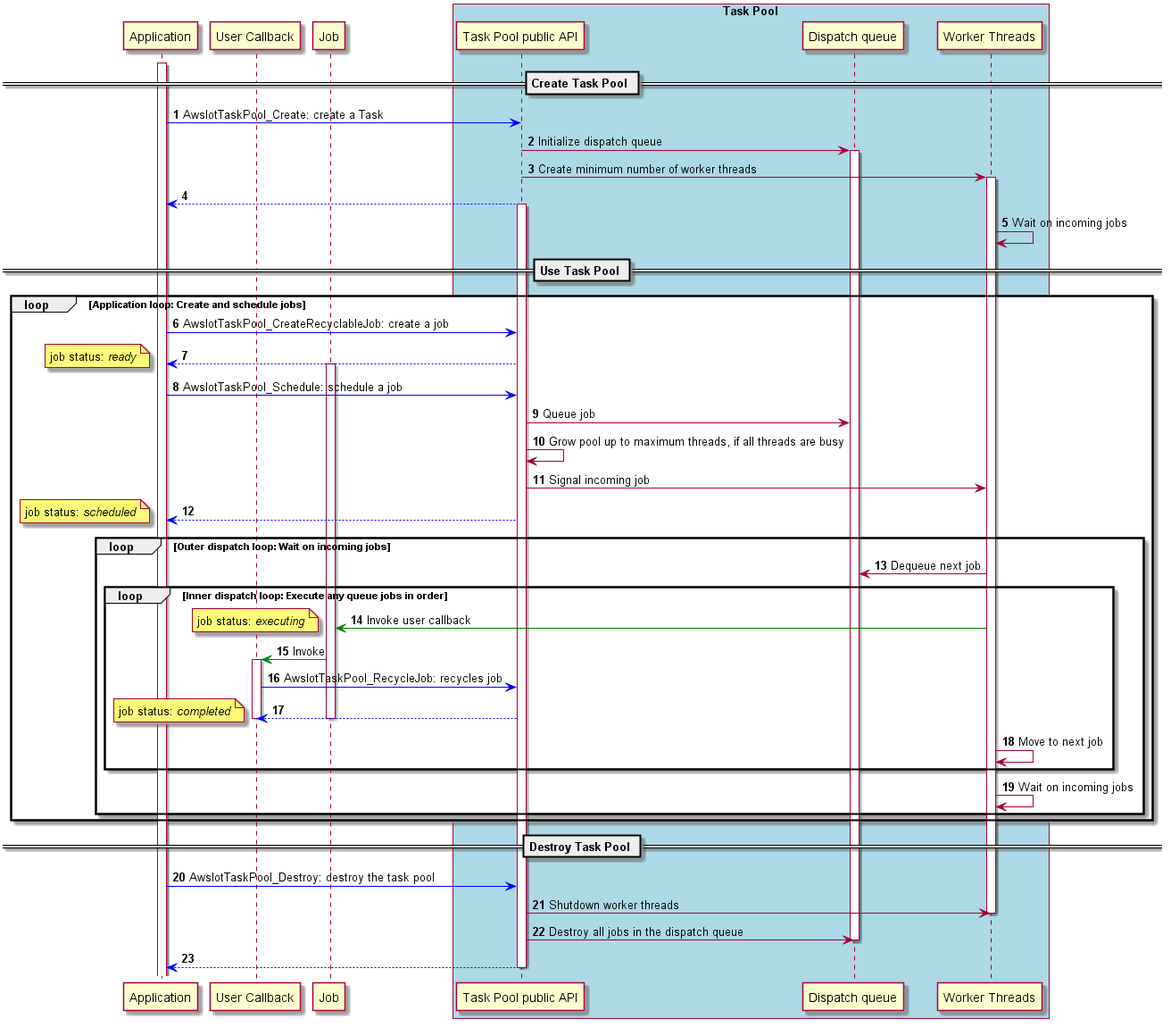
This is doc/plantuml/images/taskpool_design_typicaloperation.png from aws/aws-iot-device-sdk-embedded-C, a PlantUML export, as it was before one commit.
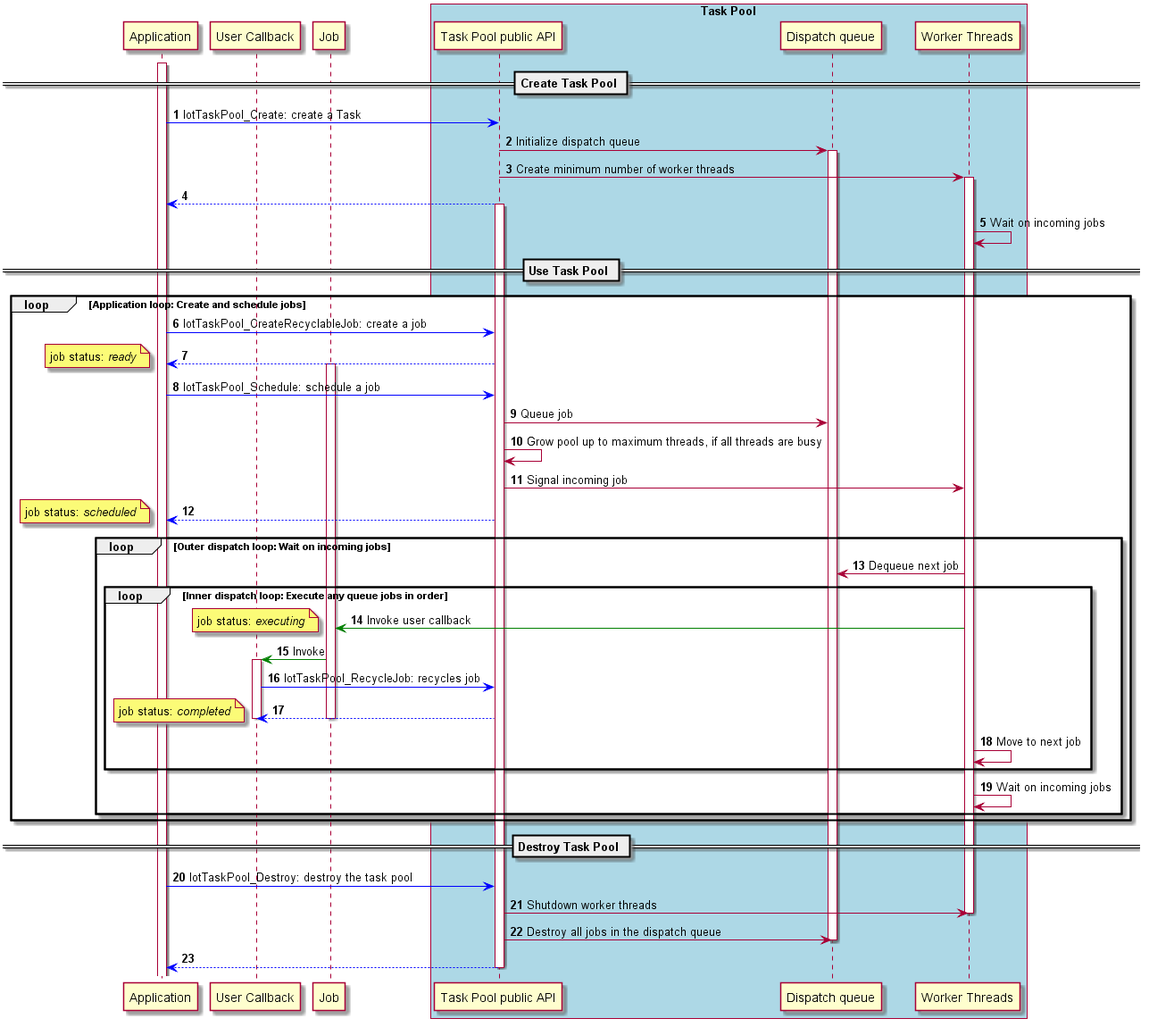
After the commit.

Commit message:
Improvements in task poll documentation

Diff of the diagram source:
```diff
@@ -21,7 +21,7 @@
 
 activate app
 
-app -[#blue]> TP: AwsIotTaskPool_Create: create a Task
+app -[#blue]> TP: IotTaskPool_Create: create a Task
 TP -> queue: Initialize dispatch queue
 activate queue
 TP -> workers: Create minimum number of worker threads
@@ -33,12 +33,12 @@
 == Use Task Pool ==
 
 loop Application loop: Create and schedule jobs
-	app -[#blue]> TP: AwsIotTaskPool_CreateRecyclableJob: create a job
+	app -[#blue]> TP: IotTaskPool_CreateRecyclableJob: create a job
 	TP --[#blue]> app
 	activate job
 	note left: job status: //ready//
 
-	app -[#blue]> TP: AwsIotTaskPool_Schedule: schedule a job
+	app -[#blue]> TP: IotTaskPool_Schedule: schedule a job
 	TP -> queue: Queue job
 	TP -> TP: Grow pool up to maximum threads, if all threads are busy
 	TP -> workers: Signal incoming job
@@ -52,7 +52,7 @@
 			note left: job status: //executing//
 			job -[#green]> callback: Invoke
 			activate callback
-			callback -[#blue]> TP: AwsIotTaskPool_RecycleJob: recycles job
+			callback -[#blue]> TP: IotTaskPool_RecycleJob: recycles job
 			TP --[#blue]> callback
 			note left: job status: //completed//
 			deactivate job
@@ -66,7 +66,7 @@
 
 == Destroy Task Pool ==
 
-    app -[#blue]> TP: AwsIotTaskPool_Destroy: destroy the task pool
+    app -[#blue]> TP: IotTaskPool_Destroy: destroy the task pool
 	TP -> workers: Shutdown worker threads
 	deactivate workers
 	TP -> queue: Destroy all jobs in the dispatch queue
```
